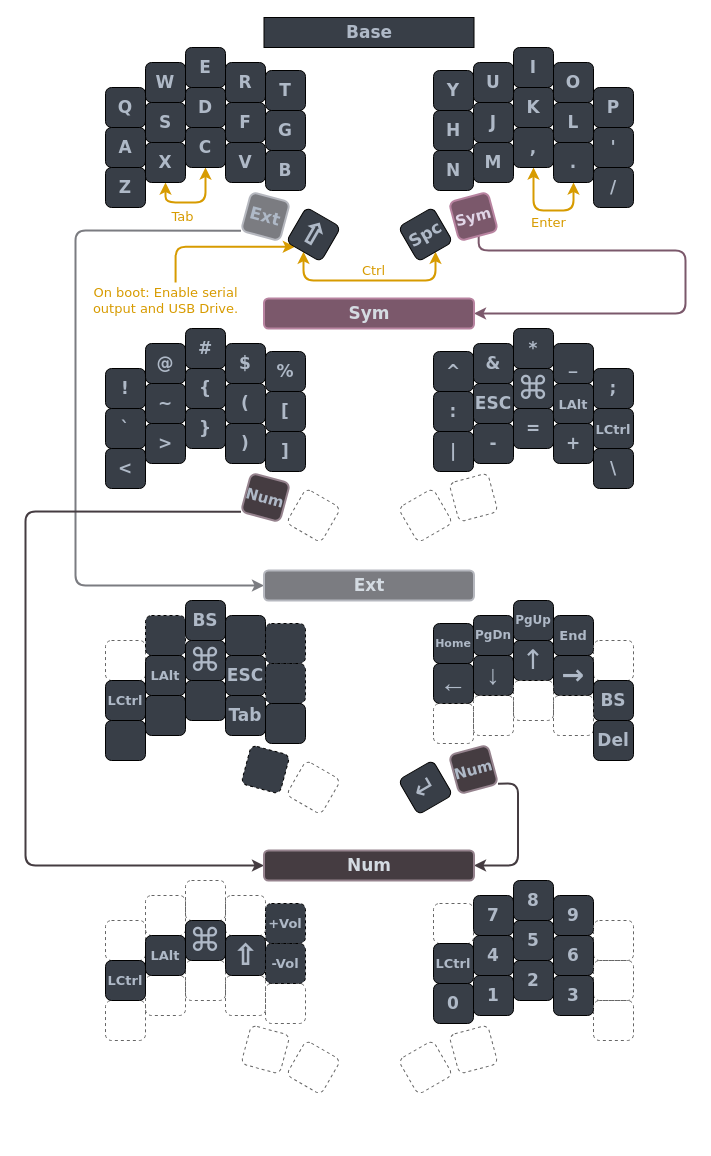
Earlier version of the draw.io diagram assets/layout.drawio (nirosys/sweep-kmk). Source tidied: cells renumbered, new cells numbered last; positions are measured from the earlier drawing's top-left corner, leaving out a move shared by most shapes. Both pictures are drawn from the tidied source at 100%, with x=0, y=0 at pixel (25, 17).
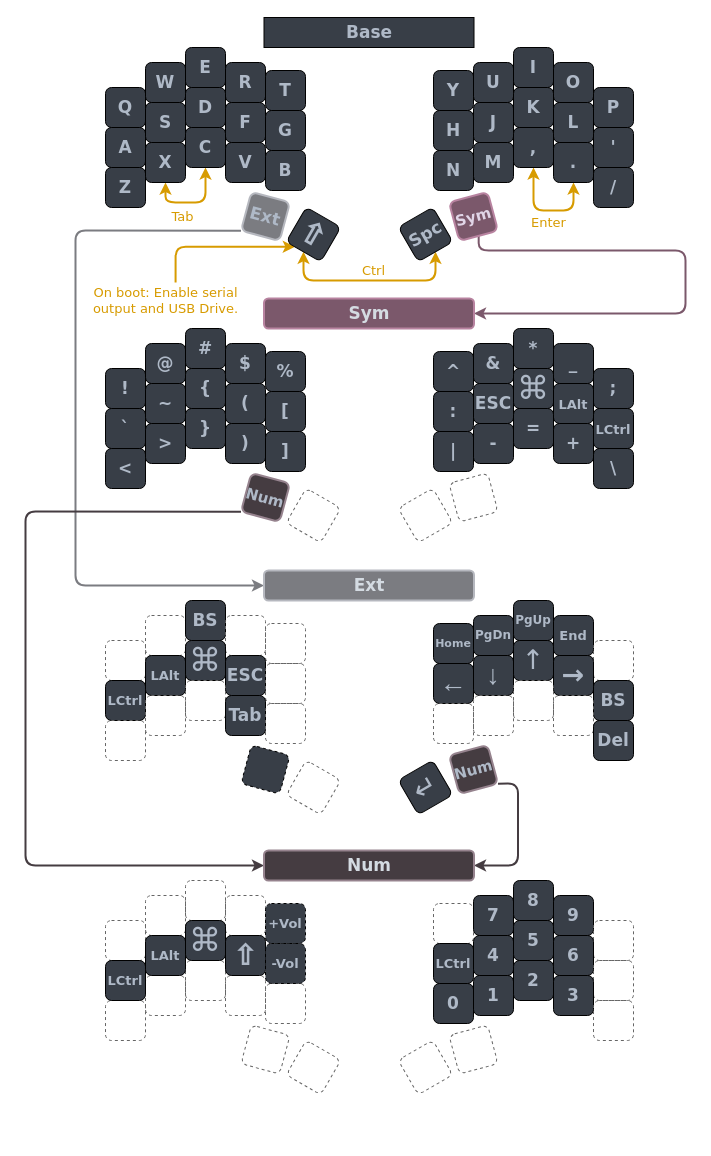
Above is the later version.

Commit message (it also covers changes not shown here):
Update layout diagram to show pass through keys

Change to the diagram source:
```diff
@@
-    <mxCell id="83" style="whiteSpace=wrap;html=1;fontSize=17;fontFamily=Verdana;fontStyle=1;fontColor=#AFB9C7;fillColor=#383E47;rounded=1;strokeColor=default;shadow=0;sketch=0;glass=0;dashed=1;" parent="1" vertex="1">
+    <mxCell id="83" style="whiteSpace=wrap;html=1;fontSize=17;fontFamily=Verdana;fontStyle=1;fontColor=#333333;fillColor=none;rounded=1;strokeColor=#666666;shadow=0;sketch=0;glass=0;dashed=1;" parent="1" vertex="1">
       <mxGeometry x="120" y="598" width="40" height="40" as="geometry" />
     </mxCell>
@@
-    <mxCell id="85" style="whiteSpace=wrap;html=1;fontSize=13;fontFamily=Verdana;fontStyle=1;fontColor=#AFB9C7;fillColor=#383E47;rounded=1;" parent="1" vertex="1">
+    <mxCell id="85" style="whiteSpace=wrap;html=1;fontSize=17;fontFamily=Verdana;fontStyle=1;fontColor=#333333;fillColor=none;rounded=1;strokeColor=#666666;shadow=0;sketch=0;glass=0;dashed=1;" parent="1" vertex="1">
       <mxGeometry x="200" y="598" width="40" height="40" as="geometry" />
     </mxCell>
-    <mxCell id="86" style="whiteSpace=wrap;html=1;fontSize=13;fontFamily=Verdana;fontStyle=1;fontColor=#AFB9C7;fillColor=#383E47;rounded=1;strokeColor=default;shadow=0;sketch=0;glass=0;dashed=1;" parent="1" vertex="1">
+    <mxCell id="86" style="whiteSpace=wrap;html=1;fontSize=17;fontFamily=Verdana;fontStyle=1;fontColor=#333333;fillColor=none;rounded=1;strokeColor=#666666;shadow=0;sketch=0;glass=0;dashed=1;" parent="1" vertex="1">
       <mxGeometry x="240" y="606" width="40" height="40" as="geometry" />
     </mxCell>
@@
-    <mxCell id="91" style="whiteSpace=wrap;html=1;fontSize=17;fontFamily=Verdana;fontStyle=1;fillColor=#383E47;strokeColor=default;fontColor=#AFB9C7;rounded=1;shadow=0;sketch=0;glass=0;dashed=1;" parent="1" vertex="1">
+    <mxCell id="91" style="whiteSpace=wrap;html=1;fontSize=17;fontFamily=Verdana;fontStyle=1;fillColor=none;strokeColor=#666666;fontColor=#333333;rounded=1;shadow=0;sketch=0;glass=0;dashed=1;" parent="1" vertex="1">
       <mxGeometry x="240" y="646" width="40" height="40" as="geometry" />
     </mxCell>
-    <mxCell id="92" style="whiteSpace=wrap;html=1;fontSize=17;fontFamily=Verdana;fontStyle=1;fontColor=#AFB9C7;fillColor=#383E47;rounded=1;" parent="1" vertex="1">
+    <mxCell id="92" style="whiteSpace=wrap;html=1;fontSize=17;fontFamily=Verdana;fontStyle=1;fontColor=#333333;fillColor=none;rounded=1;strokeColor=#666666;shadow=0;sketch=0;glass=0;dashed=1;" parent="1" vertex="1">
       <mxGeometry x="80" y="703" width="40" height="40" as="geometry" />
     </mxCell>
-    <mxCell id="93" style="whiteSpace=wrap;html=1;fontSize=17;fontFamily=Verdana;fontStyle=1;fontColor=#AFB9C7;fillColor=#383E47;rounded=1;" parent="1" vertex="1">
+    <mxCell id="93" style="whiteSpace=wrap;html=1;fontSize=17;fontFamily=Verdana;fontStyle=1;fontColor=#333333;fillColor=none;rounded=1;strokeColor=#666666;shadow=0;sketch=0;glass=0;dashed=1;" parent="1" vertex="1">
       <mxGeometry x="120" y="678" width="40" height="40" as="geometry" />
     </mxCell>
-    <mxCell id="94" style="whiteSpace=wrap;html=1;fontSize=17;fontFamily=Verdana;fontStyle=1;fontColor=#AFB9C7;fillColor=#383E47;rounded=1;" parent="1" vertex="1">
+    <mxCell id="94" style="whiteSpace=wrap;html=1;fontSize=17;fontFamily=Verdana;fontStyle=1;fontColor=#333333;fillColor=none;rounded=1;strokeColor=#666666;shadow=0;sketch=0;glass=0;dashed=1;" parent="1" vertex="1">
       <mxGeometry x="160" y="663" width="40" height="40" as="geometry" />
     </mxCell>
@@
-    <mxCell id="96" style="whiteSpace=wrap;html=1;fontSize=17;fontFamily=Verdana;fontStyle=1;fontColor=#AFB9C7;fillColor=#383E47;rounded=1;" parent="1" vertex="1">
+    <mxCell id="96" style="whiteSpace=wrap;html=1;fontSize=17;fontFamily=Verdana;fontStyle=1;fontColor=#333333;fillColor=none;rounded=1;strokeColor=#666666;shadow=0;sketch=0;glass=0;dashed=1;" parent="1" vertex="1">
       <mxGeometry x="240" y="686" width="40" height="40" as="geometry" />
     </mxCell>
```
